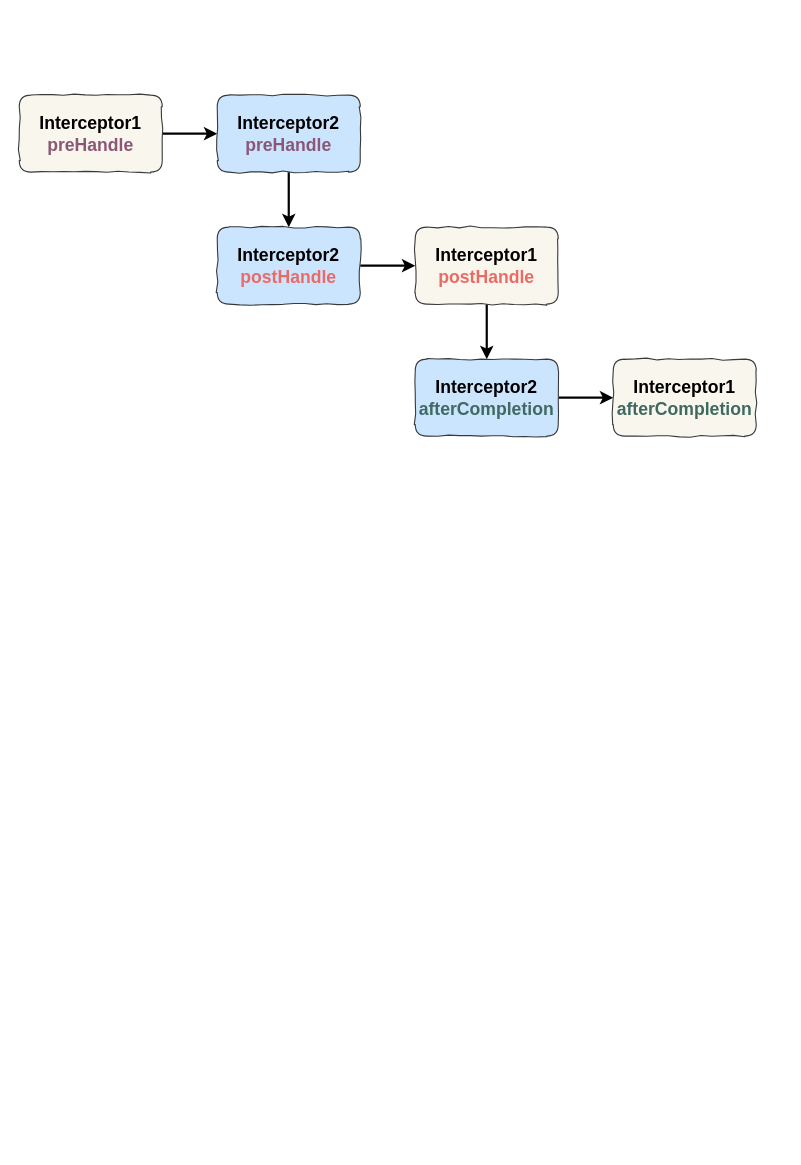
Above: 多个拦截器执行顺序.drawio in ZhongQiuyuan/diagrams-net (draw.io), before the change. Source tidied: cells renumbered, new cells numbered last; positions are measured from the earlier drawing's top-left corner, leaving out a move shared by most shapes. Both pictures are drawn from the tidied source at 110%, with x=0, y=0 at pixel (19, 95).
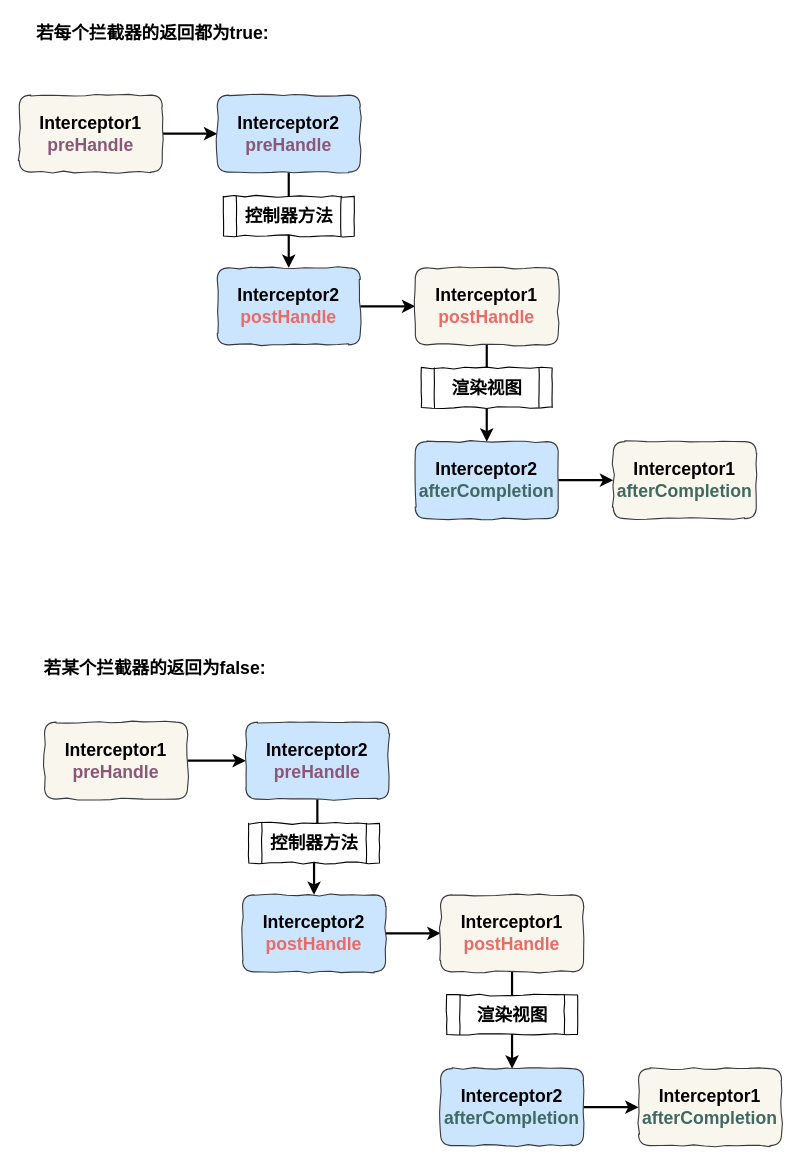
The same page after the edit.

Commit message (it also covers changes not shown here):
更新多个拦截器执行顺序.drawio

Change to the diagram source:
```diff
@@
     <mxCell id="7" value="&lt;b&gt;&lt;font style=&quot;font-size: 16px&quot;&gt;Interceptor2&lt;br&gt;&lt;font color=&quot;#ea6b66&quot;&gt;postHandle&lt;/font&gt;&lt;br&gt;&lt;/font&gt;&lt;/b&gt;" style="rounded=1;whiteSpace=wrap;html=1;fillColor=#cce5ff;strokeColor=#36393d;comic=1;" parent="1" vertex="1">
-      <mxGeometry x="180" y="120" width="130" height="70" as="geometry" />
+      <mxGeometry x="180" y="157" width="130" height="70" as="geometry" />
     </mxCell>
@@
     <mxCell id="9" value="&lt;b&gt;&lt;font style=&quot;font-size: 16px&quot;&gt;Interceptor1&lt;br&gt;&lt;/font&gt;&lt;/b&gt;&lt;b&gt;&lt;font style=&quot;font-size: 16px&quot;&gt;&lt;font color=&quot;#ea6b66&quot;&gt;postHandle&lt;/font&gt;&lt;/font&gt;&lt;/b&gt;&lt;b&gt;&lt;font style=&quot;font-size: 16px&quot;&gt;&lt;br&gt;&lt;/font&gt;&lt;/b&gt;" style="rounded=1;whiteSpace=wrap;html=1;fillColor=#f9f7ed;strokeColor=#36393d;comic=1;" parent="1" vertex="1">
-      <mxGeometry x="360" y="120" width="130" height="70" as="geometry" />
+      <mxGeometry x="360" y="157" width="130" height="70" as="geometry" />
     </mxCell>
@@
     <mxCell id="11" value="&lt;b&gt;&lt;font style=&quot;font-size: 16px&quot;&gt;Interceptor2&lt;br&gt;&lt;font color=&quot;#3f6961&quot;&gt;afterCompletion&lt;/font&gt;&lt;br&gt;&lt;/font&gt;&lt;/b&gt;" style="rounded=1;whiteSpace=wrap;html=1;fillColor=#cce5ff;strokeColor=#36393d;comic=1;" parent="1" vertex="1">
-      <mxGeometry x="360" y="240" width="130" height="70" as="geometry" />
+      <mxGeometry x="360" y="315" width="130" height="70" as="geometry" />
     </mxCell>
     <mxCell id="12" value="&lt;b&gt;&lt;font style=&quot;font-size: 16px&quot;&gt;Interceptor1&lt;br&gt;&lt;/font&gt;&lt;/b&gt;&lt;b&gt;&lt;font style=&quot;font-size: 16px&quot;&gt;&lt;font color=&quot;#3f6961&quot;&gt;afterCompletion&lt;/font&gt;&lt;/font&gt;&lt;/b&gt;&lt;b&gt;&lt;font style=&quot;font-size: 16px&quot;&gt;&lt;br&gt;&lt;/font&gt;&lt;/b&gt;" style="rounded=1;whiteSpace=wrap;html=1;fillColor=#f9f7ed;strokeColor=#36393d;comic=1;" parent="1" vertex="1">
-      <mxGeometry x="540" y="240" width="130" height="70" as="geometry" />
+      <mxGeometry x="540" y="315" width="130" height="70" as="geometry" />
     </mxCell>
+    <mxCell id="13" value="若每个拦截器的返回都为true:" style="text;html=1;align=center;verticalAlign=middle;strokeColor=none;fillColor=none;fontSize=16;fontColor=#000000;fontStyle=1;" parent="1" vertex="1">
+      <mxGeometry x="10" y="-69" width="222" height="23" as="geometry" />
+    </mxCell>
+    <mxCell id="14" value="若某个拦截器的返回为false:" style="text;html=1;align=center;verticalAlign=middle;strokeColor=none;fillColor=none;fontSize=16;fontColor=#000000;fontStyle=1;" parent="1" vertex="1">
+      <mxGeometry x="17" y="509" width="212" height="23" as="geometry" />
+    </mxCell>
+    <mxCell id="15" value="&lt;b&gt;控制器方法&lt;/b&gt;" style="shape=process;whiteSpace=wrap;html=1;backgroundOutline=1;comic=1;fontSize=16;fontColor=#000000;" parent="1" vertex="1">
+      <mxGeometry x="185.5" y="92" width="119" height="36" as="geometry" />
+    </mxCell>
+    <mxCell id="16" value="&lt;b&gt;渲染视图&lt;/b&gt;" style="shape=process;whiteSpace=wrap;html=1;backgroundOutline=1;comic=1;fontSize=16;fontColor=#000000;" parent="1" vertex="1">
+      <mxGeometry x="365.5" y="248" width="119" height="36" as="geometry" />
+    </mxCell>
+    <mxCell id="17" style="edgeStyle=orthogonalEdgeStyle;rounded=0;jettySize=auto;html=1;fontSize=16;fontColor=#8A5777;strokeWidth=2;" parent="1" edge="1" source="18" target="20">
+      <mxGeometry relative="1" as="geometry" />
+    </mxCell>
+    <mxCell id="18" value="&lt;b&gt;&lt;font style=&quot;font-size: 16px&quot;&gt;Interceptor1&lt;br&gt;&lt;font color=&quot;#8a5777&quot;&gt;preHandle&lt;/font&gt;&lt;br&gt;&lt;/font&gt;&lt;/b&gt;" style="rounded=1;whiteSpace=wrap;html=1;fillColor=#f9f7ed;strokeColor=#36393d;comic=1;" parent="1" vertex="1">
+      <mxGeometry x="23" y="570" width="130" height="70" as="geometry" />
+    </mxCell>
+    <mxCell id="19" style="edgeStyle=orthogonalEdgeStyle;rounded=0;jettySize=auto;html=1;fontSize=16;fontColor=#3F6961;strokeWidth=2;" parent="1" edge="1" source="20" target="22">
+      <mxGeometry relative="1" as="geometry" />
+    </mxCell>
+    <mxCell id="20" value="&lt;b&gt;&lt;font style=&quot;font-size: 16px&quot;&gt;Interceptor2&lt;br&gt;&lt;font color=&quot;#8a5777&quot;&gt;preHandle&lt;/font&gt;&lt;br&gt;&lt;/font&gt;&lt;/b&gt;" style="rounded=1;whiteSpace=wrap;html=1;fillColor=#cce5ff;strokeColor=#36393d;comic=1;" parent="1" vertex="1">
+      <mxGeometry x="206" y="570" width="130" height="70" as="geometry" />
+    </mxCell>
+    <mxCell id="21" style="edgeStyle=orthogonalEdgeStyle;rounded=0;jettySize=auto;html=1;fontSize=16;fontColor=#8A5777;strokeWidth=2;" parent="1" edge="1" source="22" target="24">
+      <mxGeometry relative="1" as="geometry" />
+    </mxCell>
+    <mxCell id="22" value="&lt;b&gt;&lt;font style=&quot;font-size: 16px&quot;&gt;Interceptor2&lt;br&gt;&lt;font color=&quot;#ea6b66&quot;&gt;postHandle&lt;/font&gt;&lt;br&gt;&lt;/font&gt;&lt;/b&gt;" style="rounded=1;whiteSpace=wrap;html=1;fillColor=#cce5ff;strokeColor=#36393d;comic=1;" parent="1" vertex="1">
+      <mxGeometry x="203" y="727" width="130" height="70" as="geometry" />
+    </mxCell>
+    <mxCell id="23" style="edgeStyle=orthogonalEdgeStyle;rounded=0;jettySize=auto;html=1;fontSize=16;fontColor=#3F6961;strokeWidth=2;" parent="1" edge="1" source="24" target="26">
+      <mxGeometry relative="1" as="geometry" />
+    </mxCell>
+    <mxCell id="24" value="&lt;b&gt;&lt;font style=&quot;font-size: 16px&quot;&gt;Interceptor1&lt;br&gt;&lt;/font&gt;&lt;/b&gt;&lt;b&gt;&lt;font style=&quot;font-size: 16px&quot;&gt;&lt;font color=&quot;#ea6b66&quot;&gt;postHandle&lt;/font&gt;&lt;/font&gt;&lt;/b&gt;&lt;b&gt;&lt;font style=&quot;font-size: 16px&quot;&gt;&lt;br&gt;&lt;/font&gt;&lt;/b&gt;" style="rounded=1;whiteSpace=wrap;html=1;fillColor=#f9f7ed;strokeColor=#36393d;comic=1;" parent="1" vertex="1">
+      <mxGeometry x="383" y="727" width="130" height="70" as="geometry" />
+    </mxCell>
+    <mxCell id="25" style="edgeStyle=orthogonalEdgeStyle;rounded=0;jettySize=auto;html=1;fontSize=16;fontColor=#8A5777;strokeWidth=2;" parent="1" edge="1" source="26" target="27">
+      <mxGeometry relative="1" as="geometry" />
+    </mxCell>
+    <mxCell id="26" value="&lt;b&gt;&lt;font style=&quot;font-size: 16px&quot;&gt;Interceptor2&lt;br&gt;&lt;font color=&quot;#3f6961&quot;&gt;afterCompletion&lt;/font&gt;&lt;br&gt;&lt;/font&gt;&lt;/b&gt;" style="rounded=1;whiteSpace=wrap;html=1;fillColor=#cce5ff;strokeColor=#36393d;comic=1;" parent="1" vertex="1">
+      <mxGeometry x="383" y="885" width="130" height="70" as="geometry" />
+    </mxCell>
+    <mxCell id="27" value="&lt;b&gt;&lt;font style=&quot;font-size: 16px&quot;&gt;Interceptor1&lt;br&gt;&lt;/font&gt;&lt;/b&gt;&lt;b&gt;&lt;font style=&quot;font-size: 16px&quot;&gt;&lt;font color=&quot;#3f6961&quot;&gt;afterCompletion&lt;/font&gt;&lt;/font&gt;&lt;/b&gt;&lt;b&gt;&lt;font style=&quot;font-size: 16px&quot;&gt;&lt;br&gt;&lt;/font&gt;&lt;/b&gt;" style="rounded=1;whiteSpace=wrap;html=1;fillColor=#f9f7ed;strokeColor=#36393d;comic=1;" parent="1" vertex="1">
+      <mxGeometry x="563" y="885" width="130" height="70" as="geometry" />
+    </mxCell>
+    <mxCell id="28" value="&lt;b&gt;控制器方法&lt;/b&gt;" style="shape=process;whiteSpace=wrap;html=1;backgroundOutline=1;comic=1;fontSize=16;fontColor=#000000;" parent="1" vertex="1">
+      <mxGeometry x="208.5" y="662" width="119" height="36" as="geometry" />
+    </mxCell>
+    <mxCell id="29" value="&lt;b&gt;渲染视图&lt;/b&gt;" style="shape=process;whiteSpace=wrap;html=1;backgroundOutline=1;comic=1;fontSize=16;fontColor=#000000;" parent="1" vertex="1">
+      <mxGeometry x="388.5" y="818" width="119" height="36" as="geometry" />
+    </mxCell>
```
